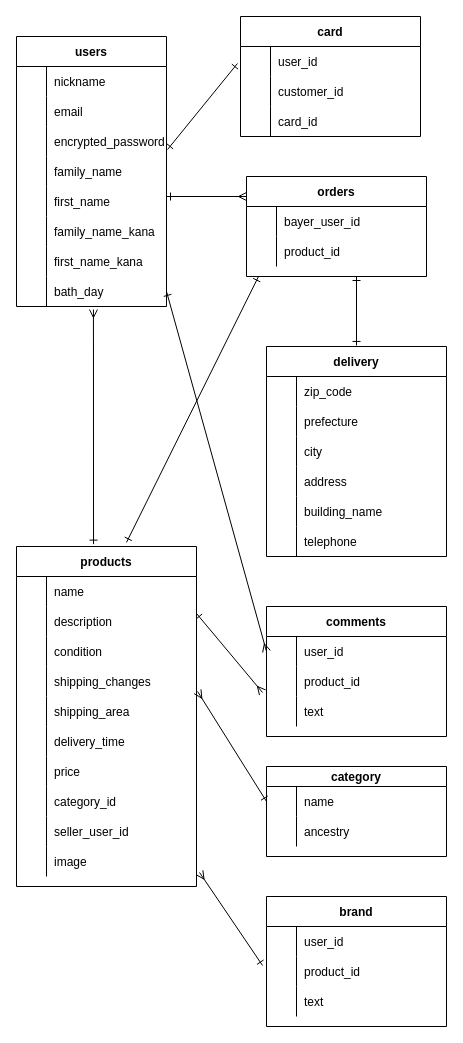
The draw.io diagram furima.dio in wakatakatakataka/furima-35079, before the edit. Source tidied: cells renumbered, new cells numbered last; positions are measured from the earlier drawing's top-left corner, leaving out a move shared by most shapes. Both pictures are drawn from the tidied source at 100%, with x=0, y=0 at pixel (16, 16).
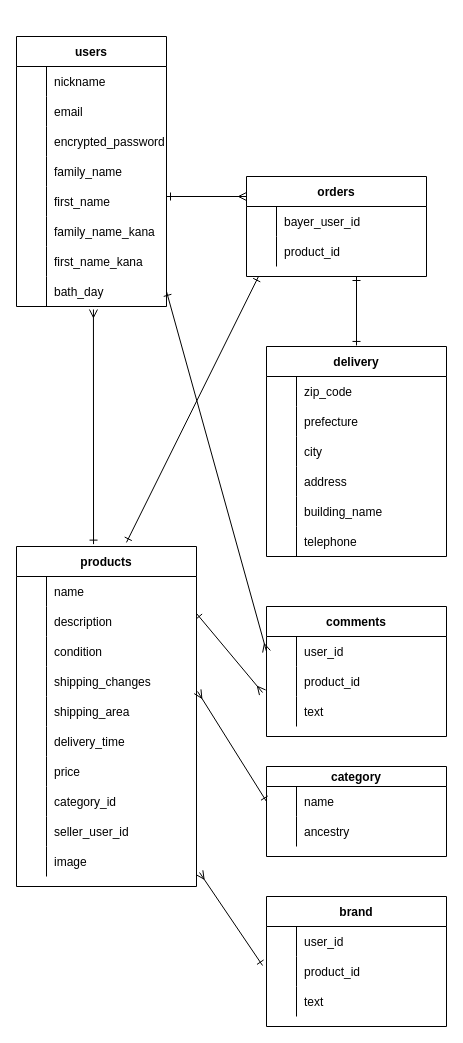
The same diagram, later.

Commit message (it also covers changes not shown here):
テーブルの記述　修正２

Unchanged cells that the change refers to:
```xml
<mxCell id="9" style="shape=partialRectangle;fillColor=none;top=0;left=0;bottom=0;right=0;points=[[0,0.5],[1,0.5]];portConstraint=eastwest;" parent="2" vertex="1">
  <mxGeometry y="90" width="150" height="30" as="geometry" />
</mxCell>
```

What changed in the source:
```diff
@@
-    <mxCell id="46" value="card" style="shape=table;startSize=30;childLayout=tableLayout;rowLines=0;fontStyle=1;align=center;" parent="1" vertex="1">
-      <mxGeometry x="224" width="180" height="120" as="geometry" />
-    </mxCell>
-    <mxCell id="47" style="shape=partialRectangle;fillColor=none;top=0;left=0;bottom=0;right=0;points=[[0,0.5],[1,0.5]];portConstraint=eastwest;" parent="46" vertex="1">
-      <mxGeometry y="30" width="180" height="30" as="geometry" />
-    </mxCell>
-    <mxCell id="48" style="shape=partialRectangle;fillColor=none;top=0;left=0;bottom=0;right=0;overflow=hidden;" parent="47" vertex="1">
-      <mxGeometry width="30" height="30" as="geometry" />
-    </mxCell>
-    <mxCell id="49" value="user_id" style="shape=partialRectangle;fillColor=none;top=0;left=0;bottom=0;right=0;align=left;spacingLeft=6;overflow=hidden;" parent="47" vertex="1">
-      <mxGeometry x="30" width="150" height="30" as="geometry" />
-    </mxCell>
-    <mxCell id="50" style="shape=partialRectangle;fillColor=none;top=0;left=0;bottom=0;right=0;" parent="46" vertex="1">
-      <mxGeometry y="60" width="180" height="30" as="geometry" />
-    </mxCell>
-    <mxCell id="51" style="shape=partialRectangle;fillColor=none;top=0;left=0;bottom=0;right=0;overflow=hidden;" parent="50" vertex="1">
-      <mxGeometry width="30" height="30" as="geometry" />
-    </mxCell>
-    <mxCell id="52" value="customer_id" style="shape=partialRectangle;fillColor=none;top=0;left=0;bottom=0;right=0;align=left;spacingLeft=6;overflow=hidden;" parent="50" vertex="1">
-      <mxGeometry x="30" width="150" height="30" as="geometry" />
-    </mxCell>
-    <mxCell id="53" style="shape=partialRectangle;fillColor=none;top=0;left=0;bottom=0;right=0;" parent="46" vertex="1">
-      <mxGeometry y="90" width="180" height="30" as="geometry" />
-    </mxCell>
-    <mxCell id="54" style="shape=partialRectangle;fillColor=none;top=0;left=0;bottom=0;right=0;overflow=hidden;" parent="53" vertex="1">
-      <mxGeometry width="30" height="30" as="geometry" />
-    </mxCell>
-    <mxCell id="55" value="card_id" style="shape=partialRectangle;fillColor=none;top=0;left=0;bottom=0;right=0;align=left;spacingLeft=6;overflow=hidden;" parent="53" vertex="1">
-      <mxGeometry x="30" width="150" height="30" as="geometry" />
-    </mxCell>
@@
-    <mxCell id="129" style="endArrow=ERone;html=1;rounded=0;entryX=-0.017;entryY=0.567;entryDx=0;entryDy=0;entryPerimeter=0;exitX=1.007;exitY=0.767;exitDx=0;exitDy=0;exitPerimeter=0;startArrow=ERone;startFill=0;endFill=0;" parent="1" edge="1" source="9" target="47">
-      <mxGeometry relative="1" as="geometry" />
-    </mxCell>
```
